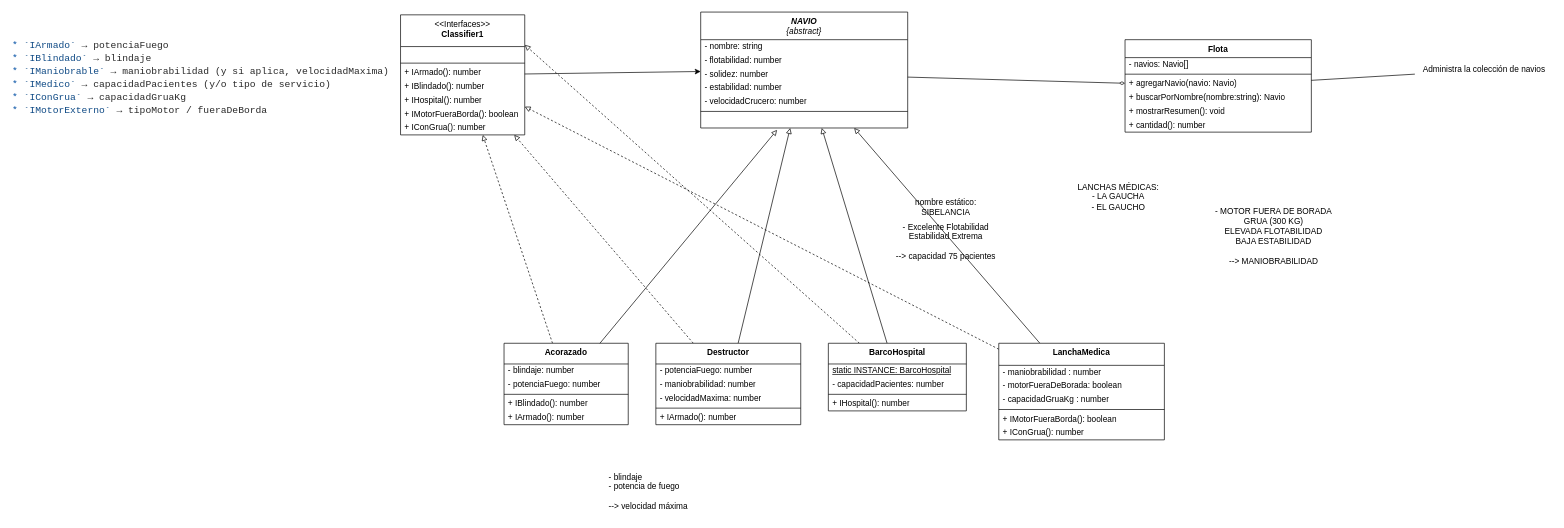
Earlier version of the draw.io diagram page "MIO-UML" (1 of 2) of ejercicios/01EJ15_marina/01EJ15_.dio (gastonjavierricchiardi/ejercicios-typescript-utn-2025). Source tidied: cells renumbered, new cells numbered last; positions are measured from the earlier drawing's top-left corner, leaving out a move shared by most shapes. Both pictures are drawn from the tidied source at 69%, with x=0, y=0 at pixel (21, 12).
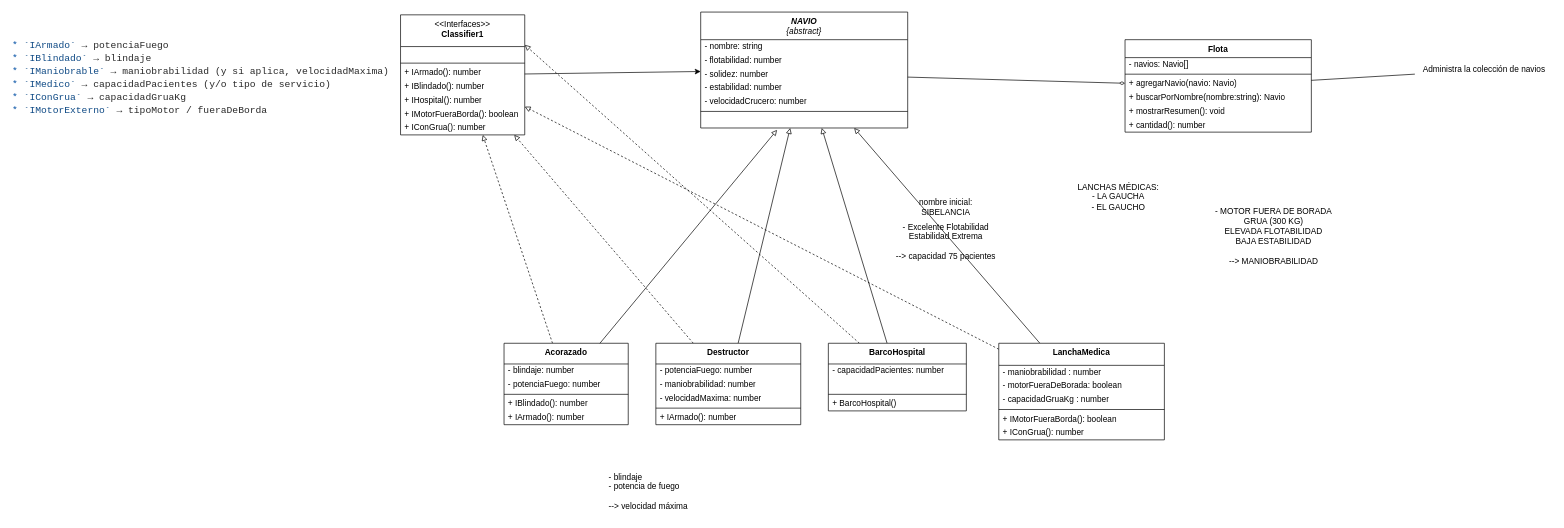
Above is the later version.

Unchanged cells that the change refers to:
```xml
<mxCell id="28" value="&lt;b&gt;BarcoHospital&lt;/b&gt;" style="swimlane;fontStyle=0;align=center;verticalAlign=top;horizontal=1;startSize=30;html=1;whiteSpace=wrap;" parent="1" vertex="1">
  <mxGeometry x="1170" y="480" width="200" height="98" as="geometry" />
</mxCell>
```

Diff of the diagram source:
```diff
@@
-    <mxCell id="29" value="&lt;u&gt;static INSTANCE: BarcoHospital&lt;/u&gt;" style="text;html=1;strokeColor=none;fillColor=none;align=left;verticalAlign=middle;spacingLeft=4;spacingRight=4;overflow=hidden;whiteSpace=wrap;" parent="28" vertex="1">
+    <mxCell id="29" value="- capacidadPacientes: number" style="text;html=1;strokeColor=none;fillColor=none;align=left;verticalAlign=middle;spacingLeft=4;spacingRight=4;overflow=hidden;whiteSpace=wrap;" parent="28" vertex="1">
       <mxGeometry y="30" width="200" height="20" as="geometry" />
     </mxCell>
-    <mxCell id="30" value="- capacidadPacientes: number" style="text;html=1;strokeColor=none;fillColor=none;align=left;verticalAlign=middle;spacingLeft=4;spacingRight=4;overflow=hidden;whiteSpace=wrap;" parent="28" vertex="1">
+    <mxCell id="30" style="text;html=1;strokeColor=none;fillColor=none;align=left;verticalAlign=middle;spacingLeft=4;spacingRight=4;overflow=hidden;whiteSpace=wrap;" parent="28" vertex="1">
       <mxGeometry y="50" width="200" height="20" as="geometry" />
     </mxCell>
@@
-    <mxCell id="32" value="+ IHospital(): number" style="text;html=1;strokeColor=none;fillColor=none;align=left;verticalAlign=middle;spacingLeft=4;spacingRight=4;overflow=hidden;whiteSpace=wrap;" parent="28" vertex="1">
+    <mxCell id="32" value="+ BarcoHospital()" style="text;html=1;strokeColor=none;fillColor=none;align=left;verticalAlign=middle;spacingLeft=4;spacingRight=4;overflow=hidden;whiteSpace=wrap;" parent="28" vertex="1">
       <mxGeometry y="78" width="200" height="20" as="geometry" />
     </mxCell>
@@
-    <mxCell id="34" value="nombre estático:&lt;div&gt;SIBELANCIA&lt;/div&gt;" style="text;html=1;align=center;verticalAlign=middle;strokeColor=none;fillColor=none;" parent="1" vertex="1">
+    <mxCell id="34" value="nombre inicial:&lt;div&gt;SIBELANCIA&lt;/div&gt;" style="text;html=1;align=center;verticalAlign=middle;strokeColor=none;fillColor=none;" parent="1" vertex="1">
       <mxGeometry x="1285" y="263" width="110" height="40" as="geometry" />
     </mxCell>
```
